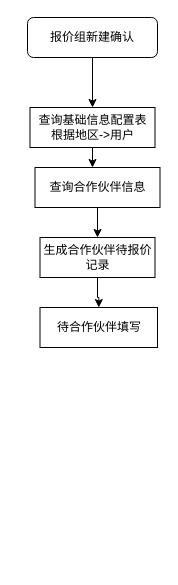
The draw.io diagram BD-23合作伙伴逻辑.drawio in TionKior/draw.io, before the edit. Source tidied: cells renumbered, new cells numbered last; positions are measured from the earlier drawing's top-left corner, leaving out a move shared by most shapes. Both pictures are drawn from the tidied source at 100%, with x=0, y=0 at pixel (27, 17).
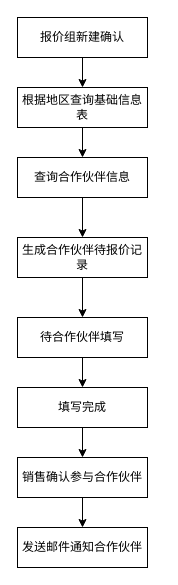
Above is the later version.

Commit message (it also covers changes not shown here):
更新BD-23合作伙伴逻辑.drawio

Diff of the diagram source:
```diff
@@
 <mxGraphModel>
   <root>
     <mxCell id="0" />
     <mxCell id="1" parent="0" />
-    <mxCell id="2" style="edgeStyle=orthogonalEdgeStyle;rounded=0;jettySize=auto;html=1;" parent="1" edge="1" source="3" target="5">
-      <mxGeometry relative="1" as="geometry" />
-    </mxCell>
+    <mxCell id="11" style="edgeStyle=orthogonalEdgeStyle;rounded=0;jettySize=auto;html=1;" parent="1" edge="1" source="3" target="13">
+      <mxGeometry relative="1" as="geometry" />
+    </mxCell>
-    <mxCell id="3" value="报价组新建确认" style="rounded=1;whiteSpace=wrap;html=1;fontSize=12;glass=0;strokeWidth=1;shadow=0;" parent="1" vertex="1">
-      <mxGeometry width="130" height="40" as="geometry" />
+    <mxCell id="3" value="报价组新建确认" style="rounded=0;whiteSpace=wrap;html=1;" parent="1" vertex="1">
+      <mxGeometry x="-10" width="130" height="40" as="geometry" />
     </mxCell>
-    <mxCell id="4" style="edgeStyle=orthogonalEdgeStyle;rounded=0;jettySize=auto;html=1;" parent="1" edge="1" source="5">
-      <mxGeometry relative="1" as="geometry">
-        <mxPoint x="65" y="150" as="targetPoint" />
-      </mxGeometry>
-    </mxCell>
-    <mxCell id="5" value="查询基础信息配置表&lt;br&gt;根据地区-&amp;gt;用户" style="rounded=0;whiteSpace=wrap;html=1;" parent="1" vertex="1">
-      <mxGeometry x="2.5" y="90" width="125" height="40" as="geometry" />
-    </mxCell>
+    <mxCell id="9" style="edgeStyle=orthogonalEdgeStyle;rounded=0;jettySize=auto;html=1;" parent="1" edge="1" source="10" target="7">
+      <mxGeometry relative="1" as="geometry" />
+    </mxCell>
+    <mxCell id="10" value="查询合作伙伴信息" style="rounded=0;whiteSpace=wrap;html=1;" parent="1" vertex="1">
+      <mxGeometry x="-10" y="140" width="130" height="40" as="geometry" />
+    </mxCell>
+    <mxCell id="12" style="edgeStyle=orthogonalEdgeStyle;rounded=0;jettySize=auto;html=1;" parent="1" edge="1" source="13" target="10">
+      <mxGeometry relative="1" as="geometry" />
+    </mxCell>
+    <mxCell id="13" value="根据地区查询基础信息表" style="rounded=0;whiteSpace=wrap;html=1;" parent="1" vertex="1">
+      <mxGeometry x="-10" y="70" width="130" height="40" as="geometry" />
+    </mxCell>
     <mxCell id="6" style="edgeStyle=orthogonalEdgeStyle;rounded=0;jettySize=auto;html=1;" parent="1" edge="1" source="7" target="8">
       <mxGeometry relative="1" as="geometry" />
     </mxCell>
-    <mxCell id="7" value="生成合作伙伴待报价记录" style="whiteSpace=wrap;html=1;rounded=0;" parent="1" vertex="1">
-      <mxGeometry x="12.5" y="220" width="115" height="40" as="geometry" />
+    <mxCell id="7" value="生成合作伙伴待报价记录" style="rounded=0;whiteSpace=wrap;html=1;" parent="1" vertex="1">
+      <mxGeometry x="-10" y="220" width="130" height="40" as="geometry" />
     </mxCell>
+    <mxCell id="14" style="edgeStyle=orthogonalEdgeStyle;rounded=0;jettySize=auto;html=1;" parent="1" edge="1" source="8" target="16">
+      <mxGeometry relative="1" as="geometry" />
+    </mxCell>
-    <mxCell id="8" value="待合作伙伴填写" style="whiteSpace=wrap;html=1;rounded=0;" parent="1" vertex="1">
-      <mxGeometry x="12.5" y="290" width="117.5" height="40" as="geometry" />
+    <mxCell id="8" value="待合作伙伴填写" style="rounded=0;whiteSpace=wrap;html=1;" parent="1" vertex="1">
+      <mxGeometry x="-10" y="300" width="130" height="40" as="geometry" />
     </mxCell>
-    <mxCell id="9" style="edgeStyle=orthogonalEdgeStyle;rounded=0;jettySize=auto;html=1;" parent="1" edge="1" source="10" target="7">
-      <mxGeometry relative="1" as="geometry" />
-    </mxCell>
-    <mxCell id="10" value="查询合作伙伴信息" style="rounded=0;whiteSpace=wrap;html=1;" parent="1" vertex="1">
-      <mxGeometry x="7.5" y="150" width="125" height="40" as="geometry" />
-    </mxCell>
+    <mxCell id="15" style="edgeStyle=orthogonalEdgeStyle;rounded=0;jettySize=auto;html=1;" parent="1" edge="1" source="16" target="18">
+      <mxGeometry relative="1" as="geometry" />
+    </mxCell>
+    <mxCell id="16" value="填写完成" style="rounded=0;whiteSpace=wrap;html=1;" parent="1" vertex="1">
+      <mxGeometry x="-10" y="370" width="130" height="40" as="geometry" />
+    </mxCell>
+    <mxCell id="17" style="edgeStyle=orthogonalEdgeStyle;rounded=0;jettySize=auto;html=1;" parent="1" edge="1" source="18" target="19">
+      <mxGeometry relative="1" as="geometry" />
+    </mxCell>
+    <mxCell id="18" value="销售确认参与合作伙伴" style="rounded=0;whiteSpace=wrap;html=1;" parent="1" vertex="1">
+      <mxGeometry x="-10" y="440" width="130" height="40" as="geometry" />
+    </mxCell>
+    <mxCell id="19" value="发送邮件通知合作伙伴" style="rounded=0;whiteSpace=wrap;html=1;" parent="1" vertex="1">
+      <mxGeometry x="-10" y="510" width="130" height="40" as="geometry" />
+    </mxCell>
   </root>
 </mxGraphModel>
```
